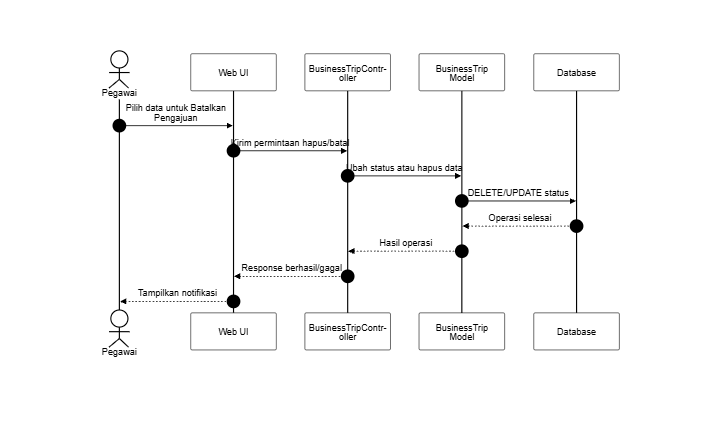
The Mermaid diagram docs/SequenceDiagram/PNG_Transparent/PengajuanPerjalananDinas-BatalkanPengajuan.png in SulaimanHafi23/SimpegRSHDI, before a commit. Its source is kept beside it as docs/SequenceDiagram/PengajuanPerjalananDinas-BatalkanPengajuan.mermaid.
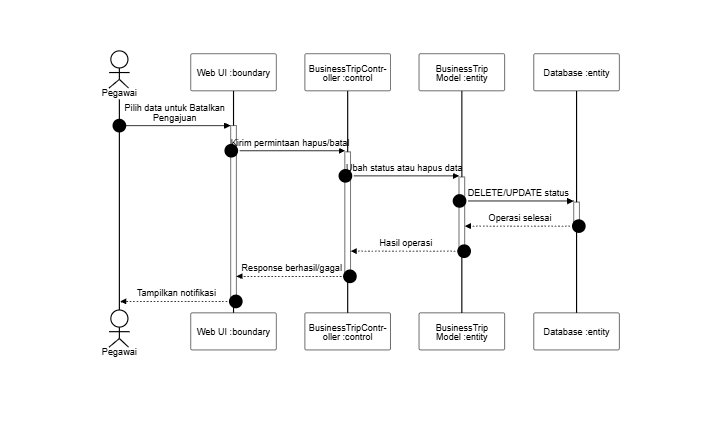
After the commit.

What changed in the source:
```diff
@@ -2,16 +2,16 @@
 sequenceDiagram
     autonumber
     actor A as Pegawai
-    participant UI as Web UI
-    participant C as BusinessTripController
-    participant M as BusinessTrip Model
-    participant DB as Database
+    participant UI as Web UI :boundary
+    participant C as BusinessTripController :control
+    participant M as BusinessTrip Model :entity
+    participant DB as Database :entity
 
-    A->>UI: Pilih data untuk Batalkan Pengajuan
-    UI->>C: Kirim permintaan hapus/batal
-    C->>M: Ubah status atau hapus data
-    M->>DB: DELETE/UPDATE status
-    DB-->>M: Operasi selesai
-    M-->>C: Hasil operasi
-    C-->>UI: Response berhasil/gagal
-    UI-->>A: Tampilkan notifikasi
+    A->>+UI: Pilih data untuk Batalkan Pengajuan
+    UI->>+C: Kirim permintaan hapus/batal
+    C->>+M: Ubah status atau hapus data
+    M->>+DB: DELETE/UPDATE status
+    DB-->>-M: Operasi selesai
+    M-->>-C: Hasil operasi
+    C-->>-UI: Response berhasil/gagal
+    UI-->>-A: Tampilkan notifikasi
```
